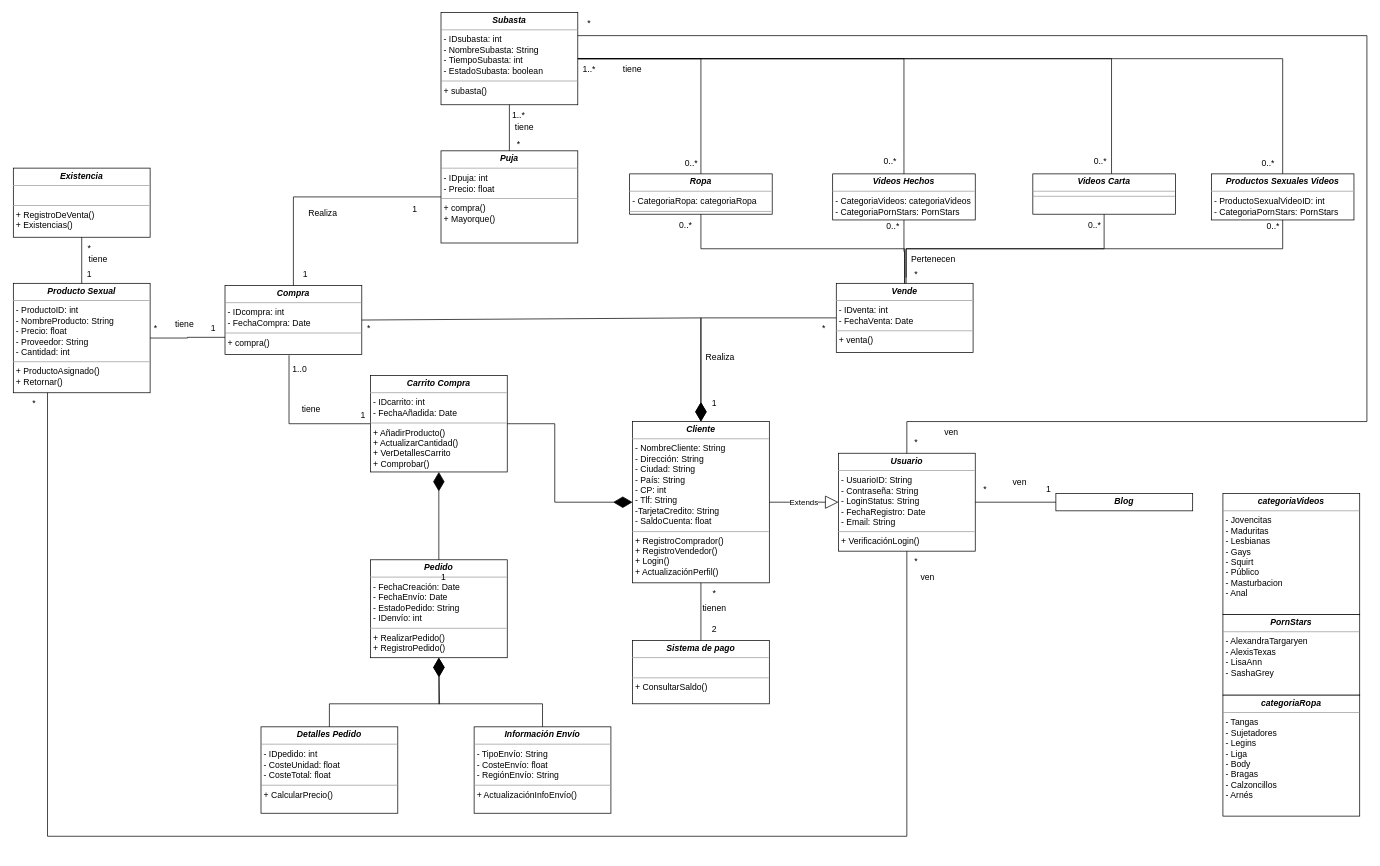
Sanferivan/Mis_archivos keeps this draw.io diagram as PornUML.drawio. Above is the earlier version. Source tidied: cells renumbered, new cells numbered last; positions are measured from the earlier drawing's top-left corner, leaving out a move shared by most shapes. Both pictures are drawn from the tidied source at 72%, with x=0, y=0 at pixel (12, 12).
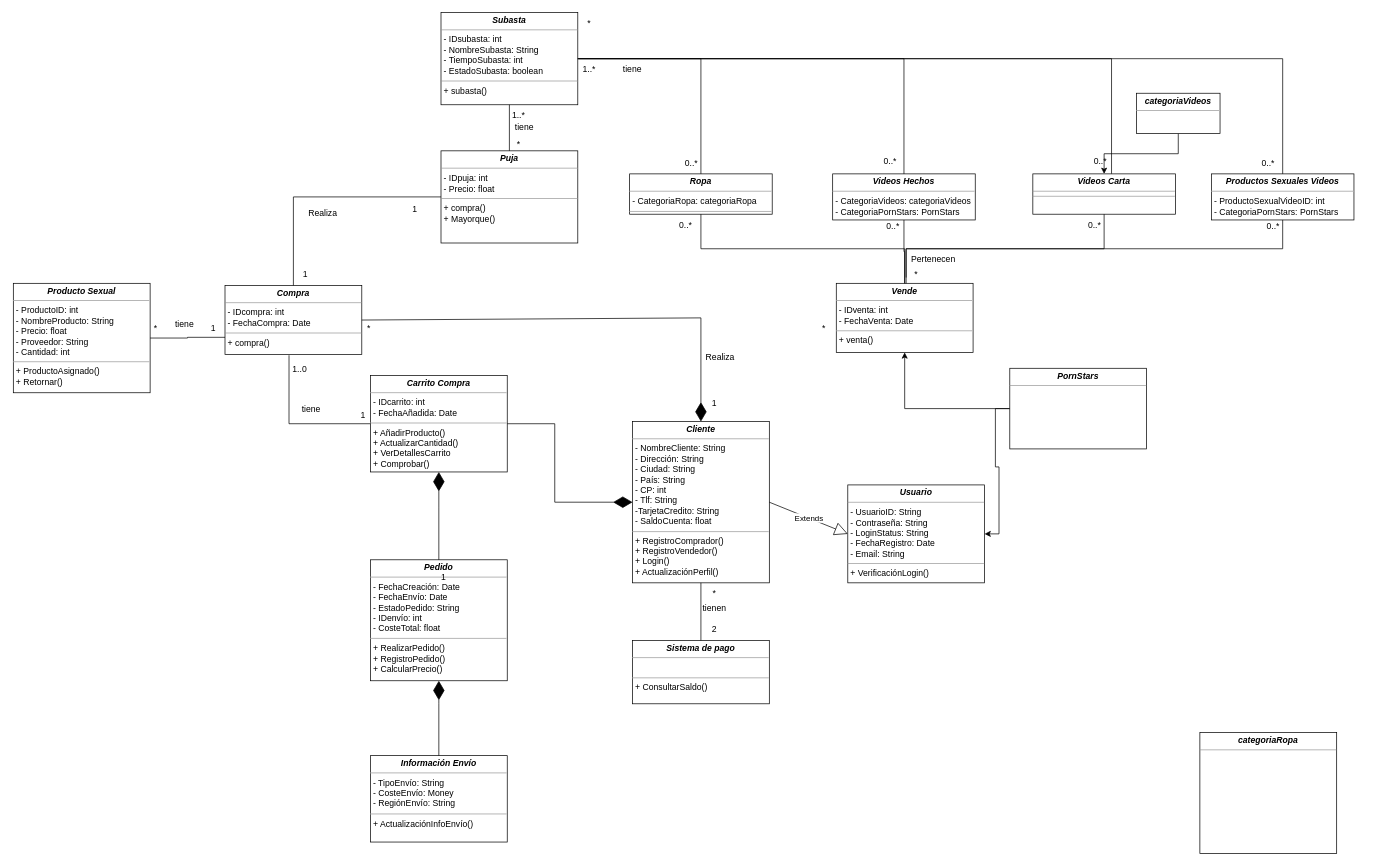
The same page after the edit.

Unchanged cells that the change refers to:
```xml
<mxCell id="2" value="&lt;p style=&quot;margin:0px;margin-top:4px;text-align:center;&quot;&gt;&lt;b&gt;&lt;i&gt;Cliente&lt;/i&gt;&lt;/b&gt;&lt;br&gt;&lt;/p&gt;&lt;hr size=&quot;1&quot;&gt;&lt;p style=&quot;margin:0px;margin-left:4px;&quot;&gt;- NombreCliente: String&lt;br&gt;- Dirección: String&lt;/p&gt;&lt;p style=&quot;margin:0px;margin-left:4px;&quot;&gt;- Ciudad: String&lt;/p&gt;&lt;p style=&quot;margin:0px;margin-left:4px;&quot;&gt;- País: String&lt;/p&gt;&lt;p style=&quot;margin:0px;margin-left:4px;&quot;&gt;- CP: int&lt;/p&gt;&lt;p style=&quot;margin:0px;margin-left:4px;&quot;&gt;- Tlf: String&lt;/p&gt;&lt;p style=&quot;margin:0px;margin-left:4px;&quot;&gt;-TarjetaCredito: String&lt;/p&gt;&lt;p style=&quot;margin:0px;margin-left:4px;&quot;&gt;- SaldoCuenta: float&lt;br&gt;&lt;/p&gt;&lt;hr size=&quot;1&quot;&gt;&lt;p style=&quot;margin:0px;margin-left:4px;&quot;&gt;+ RegistroComprador()&lt;/p&gt;&lt;p style=&quot;margin:0px;margin-left:4px;&quot;&gt;+ RegistroVendedor()&lt;br&gt;&lt;/p&gt;&lt;p style=&quot;margin:0px;margin-left:4px;&quot;&gt;+ Login()&lt;/p&gt;&lt;p style=&quot;margin:0px;margin-left:4px;&quot;&gt;+ ActualizaciónPerfil()&lt;br&gt;&lt;/p&gt;" style="verticalAlign=top;align=left;overflow=fill;fontSize=12;fontFamily=Helvetica;html=1;whiteSpace=wrap;" parent="1" vertex="1">
  <mxGeometry x="861" y="568" width="190" height="224" as="geometry" />
</mxCell>
<mxCell id="5" value="&lt;p style=&quot;margin:0px;margin-top:4px;text-align:center;&quot;&gt;&lt;b&gt;&lt;i&gt;Vende&lt;/i&gt;&lt;/b&gt;&lt;br&gt;&lt;/p&gt;&lt;hr size=&quot;1&quot;&gt;&lt;p style=&quot;margin:0px;margin-left:4px;&quot;&gt;- IDventa: int&lt;/p&gt;&lt;p style=&quot;margin:0px;margin-left:4px;&quot;&gt;- FechaVenta: Date&lt;/p&gt;&lt;hr size=&quot;1&quot;&gt;&lt;p style=&quot;margin:0px;margin-left:4px;&quot;&gt;+ venta()&lt;/p&gt;" style="verticalAlign=top;align=left;overflow=fill;fontSize=12;fontFamily=Helvetica;html=1;whiteSpace=wrap;" parent="1" vertex="1">
  <mxGeometry x="1144" y="376" width="190" height="96" as="geometry" />
</mxCell>
<mxCell id="7" value="&lt;p style=&quot;margin:0px;margin-top:4px;text-align:center;&quot;&gt;&lt;b&gt;&lt;i&gt;Producto Sexual&lt;/i&gt;&lt;/b&gt;&lt;br&gt;&lt;/p&gt;&lt;hr size=&quot;1&quot;&gt;&lt;p style=&quot;margin:0px;margin-left:4px;&quot;&gt;- ProductoID: int&lt;/p&gt;&lt;p style=&quot;margin:0px;margin-left:4px;&quot;&gt;- NombreProducto: String&lt;/p&gt;&lt;p style=&quot;margin:0px;margin-left:4px;&quot;&gt;- Precio: float&lt;/p&gt;&lt;p style=&quot;margin:0px;margin-left:4px;&quot;&gt;- Proveedor: String&lt;/p&gt;&lt;p style=&quot;margin:0px;margin-left:4px;&quot;&gt;- Cantidad: int&lt;br&gt;&lt;/p&gt;&lt;hr size=&quot;1&quot;&gt;&lt;p style=&quot;margin:0px;margin-left:4px;&quot;&gt;+ ProductoAsignado()&lt;br&gt;&lt;/p&gt;&lt;p style=&quot;margin:0px;margin-left:4px;&quot;&gt;+ Retornar()&lt;/p&gt;" style="verticalAlign=top;align=left;overflow=fill;fontSize=12;fontFamily=Helvetica;html=1;whiteSpace=wrap;" parent="1" vertex="1">
  <mxGeometry x="1" y="376" width="190" height="152" as="geometry" />
</mxCell>
<mxCell id="10" value="&lt;p style=&quot;margin:0px;margin-top:4px;text-align:center;&quot;&gt;&lt;b&gt;&lt;i&gt;Subasta&lt;/i&gt;&lt;/b&gt;&lt;br&gt;&lt;/p&gt;&lt;hr size=&quot;1&quot;&gt;&lt;p style=&quot;margin:0px;margin-left:4px;&quot;&gt;- IDsubasta: int&lt;br&gt;&lt;/p&gt;&lt;p style=&quot;margin:0px;margin-left:4px;&quot;&gt;- NombreSubasta: String&lt;br&gt;&lt;/p&gt;&lt;p style=&quot;margin:0px;margin-left:4px;&quot;&gt;- TiempoSubasta: int&lt;/p&gt;&lt;p style=&quot;margin:0px;margin-left:4px;&quot;&gt;- EstadoSubasta: boolean&lt;br&gt;&lt;/p&gt;&lt;hr size=&quot;1&quot;&gt;&lt;p style=&quot;margin:0px;margin-left:4px;&quot;&gt;+ subasta()&lt;br&gt;&lt;/p&gt;" style="verticalAlign=top;align=left;overflow=fill;fontSize=12;fontFamily=Helvetica;html=1;whiteSpace=wrap;" parent="1" vertex="1">
  <mxGeometry x="595" width="190" height="128" as="geometry" />
</mxCell>
<mxCell id="12" value="&lt;p style=&quot;margin:0px;margin-top:4px;text-align:center;&quot;&gt;&lt;b&gt;&lt;i&gt;Videos Carta&lt;/i&gt;&lt;/b&gt;&lt;br&gt;&lt;/p&gt;&lt;hr size=&quot;1&quot;&gt;&lt;hr size=&quot;1&quot;&gt;&lt;p style=&quot;margin:0px;margin-left:4px;&quot;&gt;&lt;br&gt;&lt;/p&gt;" style="verticalAlign=top;align=left;overflow=fill;fontSize=12;fontFamily=Helvetica;html=1;whiteSpace=wrap;" parent="1" vertex="1">
  <mxGeometry x="1417" y="224" width="198" height="56" as="geometry" />
</mxCell>
```

What changed in the source:
```diff
@@
     <mxCell id="4" value="&lt;p style=&quot;margin:0px;margin-top:4px;text-align:center;&quot;&gt;&lt;b&gt;&lt;i&gt;Usuario&lt;/i&gt;&lt;/b&gt;&lt;br&gt;&lt;/p&gt;&lt;hr size=&quot;1&quot;&gt;&lt;p style=&quot;margin:0px;margin-left:4px;&quot;&gt;- UsuarioID: String&lt;br&gt;- Contraseña: String&lt;/p&gt;&lt;p style=&quot;margin:0px;margin-left:4px;&quot;&gt;- LoginStatus: String&lt;/p&gt;&lt;p style=&quot;margin:0px;margin-left:4px;&quot;&gt;- FechaRegistro: Date&lt;br&gt;&lt;/p&gt;&lt;p style=&quot;margin:0px;margin-left:4px;&quot;&gt;- Email: String&lt;br&gt;&lt;/p&gt;&lt;hr size=&quot;1&quot;&gt;&lt;p style=&quot;margin:0px;margin-left:4px;&quot;&gt;+ VerificaciónLogin()&lt;br&gt;&lt;/p&gt;" style="verticalAlign=top;align=left;overflow=fill;fontSize=12;fontFamily=Helvetica;html=1;whiteSpace=wrap;" parent="1" vertex="1">
-      <mxGeometry x="1147" y="612" width="190" height="136" as="geometry" />
+      <mxGeometry x="1160" y="656" width="190" height="136" as="geometry" />
     </mxCell>
@@
-    <mxCell id="8" value="&lt;p style=&quot;margin:0px;margin-top:4px;text-align:center;&quot;&gt;&lt;b&gt;&lt;i&gt;Existencia&lt;/i&gt;&lt;/b&gt;&lt;br&gt;&lt;/p&gt;&lt;hr size=&quot;1&quot;&gt;&lt;p style=&quot;margin:0px;margin-left:4px;&quot;&gt;&lt;br&gt;&lt;/p&gt;&lt;hr size=&quot;1&quot;&gt;&lt;p style=&quot;margin:0px;margin-left:4px;&quot;&gt;+ RegistroDeVenta()&lt;/p&gt;&lt;p style=&quot;margin:0px;margin-left:4px;&quot;&gt;+ Existencias()&lt;br&gt;&lt;/p&gt;" style="verticalAlign=top;align=left;overflow=fill;fontSize=12;fontFamily=Helvetica;html=1;whiteSpace=wrap;" parent="1" vertex="1">
-      <mxGeometry x="1" y="216" width="190" height="96" as="geometry" />
-    </mxCell>
@@
+    <mxCell id="91" style="edgeStyle=orthogonalEdgeStyle;rounded=0;jettySize=auto;html=1;" parent="1" edge="1" source="14" target="12">
+      <mxGeometry relative="1" as="geometry" />
+    </mxCell>
-    <mxCell id="14" value="&lt;p style=&quot;margin:0px;margin-top:4px;text-align:center;&quot;&gt;&lt;b&gt;&lt;i&gt;categoriaVideos&lt;br&gt;&lt;/i&gt;&lt;/b&gt;&lt;/p&gt;&lt;hr size=&quot;1&quot;&gt;&lt;p style=&quot;margin:0px;margin-left:4px;&quot;&gt;- Jovencitas&lt;/p&gt;&lt;p style=&quot;margin:0px;margin-left:4px;&quot;&gt;- Maduritas&lt;/p&gt;&lt;p style=&quot;margin:0px;margin-left:4px;&quot;&gt;- Lesbianas&lt;/p&gt;&lt;p style=&quot;margin:0px;margin-left:4px;&quot;&gt;- Gays&lt;/p&gt;&lt;p style=&quot;margin:0px;margin-left:4px;&quot;&gt;- Squirt&lt;/p&gt;&lt;p style=&quot;margin:0px;margin-left:4px;&quot;&gt;- Público&lt;/p&gt;&lt;p style=&quot;margin:0px;margin-left:4px;&quot;&gt;- Masturbacion&lt;/p&gt;&lt;p style=&quot;margin:0px;margin-left:4px;&quot;&gt;- Anal&lt;br&gt;&lt;/p&gt;" style="verticalAlign=top;align=left;overflow=fill;fontSize=12;fontFamily=Helvetica;html=1;whiteSpace=wrap;" parent="1" vertex="1">
-      <mxGeometry x="1681" y="668" width="190" height="168" as="geometry" />
+    <mxCell id="14" value="&lt;p style=&quot;margin:0px;margin-top:4px;text-align:center;&quot;&gt;&lt;b&gt;&lt;i&gt;categoriaVideos&lt;br&gt;&lt;/i&gt;&lt;/b&gt;&lt;/p&gt;&lt;hr size=&quot;1&quot;&gt;&lt;p style=&quot;margin:0px;margin-left:4px;&quot;&gt;&lt;br&gt;&lt;/p&gt;" style="verticalAlign=top;align=left;overflow=fill;fontSize=12;fontFamily=Helvetica;html=1;whiteSpace=wrap;" parent="1" vertex="1">
+      <mxGeometry x="1561" y="112" width="116" height="56" as="geometry" />
     </mxCell>
+    <mxCell id="92" style="edgeStyle=orthogonalEdgeStyle;rounded=0;jettySize=auto;html=1;entryX=1;entryY=0.5;entryDx=0;entryDy=0;" parent="1" edge="1" source="15" target="4">
+      <mxGeometry relative="1" as="geometry" />
+    </mxCell>
+    <mxCell id="93" style="edgeStyle=orthogonalEdgeStyle;rounded=0;jettySize=auto;html=1;" parent="1" edge="1" source="15" target="5">
+      <mxGeometry relative="1" as="geometry" />
+    </mxCell>
-    <mxCell id="15" value="&lt;p style=&quot;margin:0px;margin-top:4px;text-align:center;&quot;&gt;&lt;b&gt;&lt;i&gt;PornStars&lt;br&gt;&lt;/i&gt;&lt;/b&gt;&lt;/p&gt;&lt;hr size=&quot;1&quot;&gt;&lt;p style=&quot;margin:0px;margin-left:4px;&quot;&gt;- AlexandraTargaryen&lt;/p&gt;&lt;p style=&quot;margin:0px;margin-left:4px;&quot;&gt;- AlexisTexas&lt;/p&gt;&lt;p style=&quot;margin:0px;margin-left:4px;&quot;&gt;- LisaAnn&lt;/p&gt;&lt;p style=&quot;margin:0px;margin-left:4px;&quot;&gt;- SashaGrey&lt;br&gt;&lt;/p&gt;" style="verticalAlign=top;align=left;overflow=fill;fontSize=12;fontFamily=Helvetica;html=1;whiteSpace=wrap;" parent="1" vertex="1">
-      <mxGeometry x="1681" y="836" width="190" height="112" as="geometry" />
+    <mxCell id="15" value="&lt;p style=&quot;margin:0px;margin-top:4px;text-align:center;&quot;&gt;&lt;b&gt;&lt;i&gt;PornStars&lt;br&gt;&lt;/i&gt;&lt;/b&gt;&lt;/p&gt;&lt;hr size=&quot;1&quot;&gt;&lt;p style=&quot;margin:0px;margin-left:4px;&quot;&gt;&lt;br&gt;&lt;/p&gt;" style="verticalAlign=top;align=left;overflow=fill;fontSize=12;fontFamily=Helvetica;html=1;whiteSpace=wrap;" parent="1" vertex="1">
+      <mxGeometry x="1385" y="494" width="190" height="112" as="geometry" />
     </mxCell>
-    <mxCell id="16" value="&lt;p style=&quot;margin:0px;margin-top:4px;text-align:center;&quot;&gt;&lt;b&gt;&lt;i&gt;categoriaRopa&lt;br&gt;&lt;/i&gt;&lt;/b&gt;&lt;/p&gt;&lt;hr size=&quot;1&quot;&gt;&lt;p style=&quot;margin:0px;margin-left:4px;&quot;&gt;- Tangas&lt;/p&gt;&lt;p style=&quot;margin:0px;margin-left:4px;&quot;&gt;- Sujetadores&lt;/p&gt;&lt;p style=&quot;margin:0px;margin-left:4px;&quot;&gt;- Legins&lt;/p&gt;&lt;p style=&quot;margin:0px;margin-left:4px;&quot;&gt;- Liga&lt;/p&gt;&lt;p style=&quot;margin:0px;margin-left:4px;&quot;&gt;- Body&lt;/p&gt;&lt;p style=&quot;margin:0px;margin-left:4px;&quot;&gt;- Bragas&lt;/p&gt;&lt;p style=&quot;margin:0px;margin-left:4px;&quot;&gt;- Calzoncillos&lt;/p&gt;&lt;p style=&quot;margin:0px;margin-left:4px;&quot;&gt;- Arnés&lt;br&gt;&lt;/p&gt;" style="verticalAlign=top;align=left;overflow=fill;fontSize=12;fontFamily=Helvetica;html=1;whiteSpace=wrap;" parent="1" vertex="1">
-      <mxGeometry x="1681" y="948" width="190" height="168" as="geometry" />
+    <mxCell id="16" value="&lt;p style=&quot;margin:0px;margin-top:4px;text-align:center;&quot;&gt;&lt;b&gt;&lt;i&gt;categoriaRopa&lt;br&gt;&lt;/i&gt;&lt;/b&gt;&lt;/p&gt;&lt;hr size=&quot;1&quot;&gt;&lt;p style=&quot;margin:0px;margin-left:4px;&quot;&gt;&lt;br&gt;&lt;/p&gt;" style="verticalAlign=top;align=left;overflow=fill;fontSize=12;fontFamily=Helvetica;html=1;whiteSpace=wrap;" parent="1" vertex="1">
+      <mxGeometry x="1649" y="1000" width="190" height="168" as="geometry" />
     </mxCell>
@@
-    <mxCell id="18" value="&lt;p style=&quot;margin:0px;margin-top:4px;text-align:center;&quot;&gt;&lt;b&gt;&lt;i&gt;Pedido&lt;/i&gt;&lt;/b&gt;&lt;br&gt;&lt;/p&gt;&lt;hr size=&quot;1&quot;&gt;&lt;p style=&quot;margin:0px;margin-left:4px;&quot;&gt;- FechaCreación: Date&lt;/p&gt;&lt;p style=&quot;margin:0px;margin-left:4px;&quot;&gt;- FechaEnvío: Date&lt;/p&gt;&lt;p style=&quot;margin:0px;margin-left:4px;&quot;&gt;- EstadoPedido: String&lt;/p&gt;&lt;p style=&quot;margin:0px;margin-left:4px;&quot;&gt;- IDenvío: int&lt;br&gt;&lt;/p&gt;&lt;hr size=&quot;1&quot;&gt;&lt;p style=&quot;margin:0px;margin-left:4px;&quot;&gt;+ RealizarPedido()&lt;/p&gt;&lt;p style=&quot;margin:0px;margin-left:4px;&quot;&gt;+ RegistroPedido()&lt;/p&gt;" style="verticalAlign=top;align=left;overflow=fill;fontSize=12;fontFamily=Helvetica;html=1;whiteSpace=wrap;" parent="1" vertex="1">
-      <mxGeometry x="497" y="760" width="190" height="136" as="geometry" />
+    <mxCell id="18" value="&lt;p style=&quot;margin:0px;margin-top:4px;text-align:center;&quot;&gt;&lt;b&gt;&lt;i&gt;Pedido&lt;/i&gt;&lt;/b&gt;&lt;br&gt;&lt;/p&gt;&lt;hr size=&quot;1&quot;&gt;&lt;p style=&quot;margin:0px;margin-left:4px;&quot;&gt;- FechaCreación: Date&lt;/p&gt;&lt;p style=&quot;margin:0px;margin-left:4px;&quot;&gt;- FechaEnvío: Date&lt;/p&gt;&lt;p style=&quot;margin:0px;margin-left:4px;&quot;&gt;- EstadoPedido: String&lt;/p&gt;&lt;p style=&quot;margin:0px;margin-left:4px;&quot;&gt;- IDenvío: int&lt;br&gt;&lt;/p&gt;&lt;p style=&quot;margin:0px;margin-left:4px;&quot;&gt;- CosteTotal: float&lt;/p&gt;&lt;hr size=&quot;1&quot;&gt;&lt;p style=&quot;margin:0px;margin-left:4px;&quot;&gt;+ RealizarPedido()&lt;/p&gt;&lt;p style=&quot;margin:0px;margin-left:4px;&quot;&gt;+ RegistroPedido()&lt;/p&gt;&lt;p style=&quot;margin:0px;margin-left:4px;&quot;&gt;+ CalcularPrecio()&lt;br&gt;&lt;/p&gt;" style="verticalAlign=top;align=left;overflow=fill;fontSize=12;fontFamily=Helvetica;html=1;whiteSpace=wrap;" parent="1" vertex="1">
+      <mxGeometry x="497" y="760" width="190" height="168" as="geometry" />
     </mxCell>
-    <mxCell id="19" value="&lt;p style=&quot;margin:0px;margin-top:4px;text-align:center;&quot;&gt;&lt;b&gt;&lt;i&gt;Información Envío&lt;/i&gt;&lt;/b&gt;&lt;br&gt;&lt;/p&gt;&lt;hr size=&quot;1&quot;&gt;&lt;p style=&quot;margin:0px;margin-left:4px;&quot;&gt;- TipoEnvío: String&lt;/p&gt;&lt;p style=&quot;margin:0px;margin-left:4px;&quot;&gt;- CosteEnvío: float&lt;/p&gt;&lt;p style=&quot;margin:0px;margin-left:4px;&quot;&gt;- RegiónEnvío: String&lt;br&gt;&lt;/p&gt;&lt;hr size=&quot;1&quot;&gt;&lt;p style=&quot;margin:0px;margin-left:4px;&quot;&gt;+ ActualizaciónInfoEnvío()&lt;br&gt;&lt;/p&gt;" style="verticalAlign=top;align=left;overflow=fill;fontSize=12;fontFamily=Helvetica;html=1;whiteSpace=wrap;" parent="1" vertex="1">
-      <mxGeometry x="641" y="992" width="190" height="120" as="geometry" />
+    <mxCell id="19" value="&lt;p style=&quot;margin:0px;margin-top:4px;text-align:center;&quot;&gt;&lt;b&gt;&lt;i&gt;Información Envío&lt;/i&gt;&lt;/b&gt;&lt;br&gt;&lt;/p&gt;&lt;hr size=&quot;1&quot;&gt;&lt;p style=&quot;margin:0px;margin-left:4px;&quot;&gt;- TipoEnvío: String&lt;/p&gt;&lt;p style=&quot;margin:0px;margin-left:4px;&quot;&gt;- CosteEnvío: Money&lt;/p&gt;&lt;p style=&quot;margin:0px;margin-left:4px;&quot;&gt;- RegiónEnvío: String&lt;br&gt;&lt;/p&gt;&lt;hr size=&quot;1&quot;&gt;&lt;p style=&quot;margin:0px;margin-left:4px;&quot;&gt;+ ActualizaciónInfoEnvío()&lt;br&gt;&lt;/p&gt;" style="verticalAlign=top;align=left;overflow=fill;fontSize=12;fontFamily=Helvetica;html=1;whiteSpace=wrap;" parent="1" vertex="1">
+      <mxGeometry x="497" y="1032" width="190" height="120" as="geometry" />
     </mxCell>
-    <mxCell id="20" value="&lt;p style=&quot;margin:0px;margin-top:4px;text-align:center;&quot;&gt;&lt;b&gt;&lt;i&gt;Detalles Pedido&lt;/i&gt;&lt;/b&gt;&lt;br&gt;&lt;/p&gt;&lt;hr size=&quot;1&quot;&gt;&lt;p style=&quot;margin:0px;margin-left:4px;&quot;&gt;- IDpedido: int&lt;br&gt;&lt;/p&gt;&lt;p style=&quot;margin:0px;margin-left:4px;&quot;&gt;- CosteUnidad: float&lt;/p&gt;&lt;p style=&quot;margin:0px;margin-left:4px;&quot;&gt;- CosteTotal: float&lt;br&gt;&lt;/p&gt;&lt;hr size=&quot;1&quot;&gt;&lt;p style=&quot;margin:0px;margin-left:4px;&quot;&gt;+ CalcularPrecio()&lt;br&gt;&lt;/p&gt;" style="verticalAlign=top;align=left;overflow=fill;fontSize=12;fontFamily=Helvetica;html=1;whiteSpace=wrap;" parent="1" vertex="1">
-      <mxGeometry x="345" y="992" width="190" height="120" as="geometry" />
-    </mxCell>
@@
-    <mxCell id="22" value="&lt;p style=&quot;margin:0px;margin-top:4px;text-align:center;&quot;&gt;&lt;b&gt;&lt;i&gt;Blog&lt;/i&gt;&lt;/b&gt;&lt;br&gt;&lt;/p&gt;" style="verticalAlign=top;align=left;overflow=fill;fontSize=12;fontFamily=Helvetica;html=1;whiteSpace=wrap;" parent="1" vertex="1">
-      <mxGeometry x="1449" y="668" width="190" height="24" as="geometry" />
-    </mxCell>
-    <mxCell id="23" style="endArrow=none;html=1;edgeStyle=orthogonalEdgeStyle;rounded=0;entryX=0;entryY=0.5;entryDx=0;entryDy=0;exitX=1;exitY=0.5;exitDx=0;exitDy=0;" parent="1" edge="1" source="4" target="22">
-      <mxGeometry relative="1" as="geometry" />
-    </mxCell>
@@
-    <mxCell id="26" style="endArrow=diamondThin;endFill=1;endSize=24;html=1;rounded=0;entryX=0.5;entryY=0;entryDx=0;entryDy=0;exitX=0;exitY=0.5;exitDx=0;exitDy=0;" parent="1" edge="1" source="5" target="2">
-      <mxGeometry relative="1" as="geometry">
-        <Array as="points">
-          <mxPoint x="956" y="424" />
-        </Array>
-      </mxGeometry>
-    </mxCell>
@@
-    <mxCell id="28" style="endArrow=diamondThin;endFill=1;endSize=24;html=1;rounded=0;entryX=0.5;entryY=1;entryDx=0;entryDy=0;exitX=0.5;exitY=0;exitDx=0;exitDy=0;" parent="1" edge="1" source="20" target="18">
-      <mxGeometry relative="1" as="geometry">
-        <Array as="points">
-          <mxPoint x="440" y="960" />
-          <mxPoint x="593" y="960" />
-        </Array>
-      </mxGeometry>
-    </mxCell>
     <mxCell id="29" style="endArrow=diamondThin;endFill=1;endSize=24;html=1;rounded=0;entryX=0.5;entryY=1;entryDx=0;entryDy=0;exitX=0.5;exitY=0;exitDx=0;exitDy=0;" parent="1" edge="1" source="19" target="18">
       <mxGeometry relative="1" as="geometry">
         <Array as="points">
-          <mxPoint x="736" y="960" />
           <mxPoint x="592" y="960" />
         </Array>
       </mxGeometry>
     </mxCell>
@@
-    <mxCell id="38" style="endArrow=none;html=1;edgeStyle=orthogonalEdgeStyle;rounded=0;exitX=0.5;exitY=0;exitDx=0;exitDy=0;entryX=0.5;entryY=1;entryDx=0;entryDy=0;" parent="1" edge="1" source="7" target="8">
-      <mxGeometry relative="1" as="geometry" />
-    </mxCell>
@@
-    <mxCell id="42" value="*" style="text;html=1;strokeColor=none;fillColor=none;align=center;verticalAlign=middle;whiteSpace=wrap;rounded=0;" parent="1" vertex="1">
-      <mxGeometry x="1321" y="648" width="60" height="30" as="geometry" />
-    </mxCell>
-    <mxCell id="43" value="1" style="text;html=1;strokeColor=none;fillColor=none;align=center;verticalAlign=middle;whiteSpace=wrap;rounded=0;" parent="1" vertex="1">
-      <mxGeometry x="1409" y="648" width="60" height="30" as="geometry" />
-    </mxCell>
-    <mxCell id="44" style="endArrow=none;html=1;edgeStyle=orthogonalEdgeStyle;rounded=0;entryX=1;entryY=0.25;entryDx=0;entryDy=0;exitX=0.5;exitY=0;exitDx=0;exitDy=0;" parent="1" edge="1" source="4" target="10">
-      <mxGeometry relative="1" as="geometry">
-        <Array as="points">
-          <mxPoint x="1242" y="568" />
-          <mxPoint x="1881" y="568" />
-          <mxPoint x="1881" y="32" />
-        </Array>
-      </mxGeometry>
-    </mxCell>
-    <mxCell id="45" value="*" style="text;html=1;strokeColor=none;fillColor=none;align=center;verticalAlign=middle;whiteSpace=wrap;rounded=0;" parent="1" vertex="1">
-      <mxGeometry x="1225" y="582" width="60" height="30" as="geometry" />
-    </mxCell>
@@
-    <mxCell id="47" style="endArrow=none;html=1;edgeStyle=orthogonalEdgeStyle;rounded=0;entryX=0.25;entryY=1;entryDx=0;entryDy=0;exitX=0.5;exitY=1;exitDx=0;exitDy=0;" parent="1" edge="1" source="4" target="7">
-      <mxGeometry relative="1" as="geometry">
-        <Array as="points">
-          <mxPoint x="1242" y="1144" />
-          <mxPoint x="49" y="1144" />
-        </Array>
-      </mxGeometry>
-    </mxCell>
-    <mxCell id="48" value="*" style="text;html=1;strokeColor=none;fillColor=none;align=center;verticalAlign=middle;whiteSpace=wrap;rounded=0;" parent="1" vertex="1">
-      <mxGeometry x="1225" y="748" width="60" height="30" as="geometry" />
-    </mxCell>
-    <mxCell id="49" value="*" style="text;html=1;strokeColor=none;fillColor=none;align=center;verticalAlign=middle;whiteSpace=wrap;rounded=0;" parent="1" vertex="1">
-      <mxGeometry y="528" width="60" height="30" as="geometry" />
-    </mxCell>
-    <mxCell id="50" value="ven" style="text;html=1;strokeColor=none;fillColor=none;align=center;verticalAlign=middle;whiteSpace=wrap;rounded=0;" parent="1" vertex="1">
-      <mxGeometry x="1369" y="638" width="60" height="30" as="geometry" />
-    </mxCell>
-    <mxCell id="51" value="ven" style="text;html=1;strokeColor=none;fillColor=none;align=center;verticalAlign=middle;whiteSpace=wrap;rounded=0;" parent="1" vertex="1">
-      <mxGeometry x="1274" y="568" width="60" height="30" as="geometry" />
-    </mxCell>
-    <mxCell id="52" value="ven" style="text;html=1;strokeColor=none;fillColor=none;align=center;verticalAlign=middle;whiteSpace=wrap;rounded=0;" parent="1" vertex="1">
-      <mxGeometry x="1241" y="770" width="60" height="30" as="geometry" />
-    </mxCell>
@@
-    <mxCell id="60" value="tiene" style="text;html=1;strokeColor=none;fillColor=none;align=center;verticalAlign=middle;whiteSpace=wrap;rounded=0;" parent="1" vertex="1">
-      <mxGeometry x="89" y="328" width="60" height="30" as="geometry" />
-    </mxCell>
-    <mxCell id="61" value="*" style="text;html=1;strokeColor=none;fillColor=none;align=center;verticalAlign=middle;whiteSpace=wrap;rounded=0;" parent="1" vertex="1">
-      <mxGeometry x="77" y="312" width="60" height="30" as="geometry" />
-    </mxCell>
-    <mxCell id="62" value="1" style="text;html=1;strokeColor=none;fillColor=none;align=center;verticalAlign=middle;whiteSpace=wrap;rounded=0;" parent="1" vertex="1">
-      <mxGeometry x="77" y="349" width="60" height="30" as="geometry" />
-    </mxCell>
```
